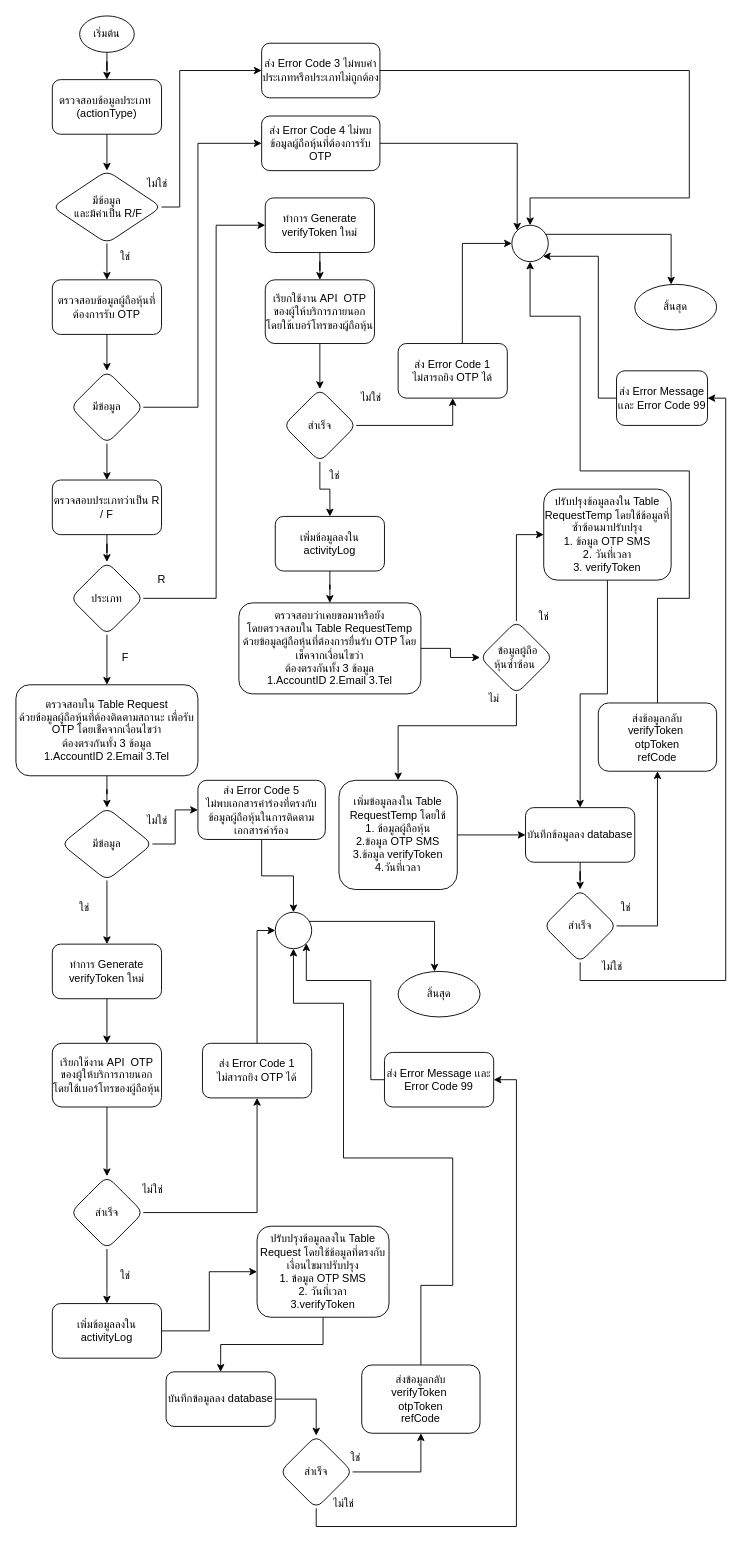
charifrodmanee/charifrodmanee keeps this draw.io diagram as RequestOTPByEmail.drawio. Above is the earlier version. Source tidied: cells renumbered, new cells numbered last; positions are measured from the earlier drawing's top-left corner, leaving out a move shared by most shapes. Both pictures are drawn from the tidied source at 91%, with x=0, y=0 at pixel (15, 15).
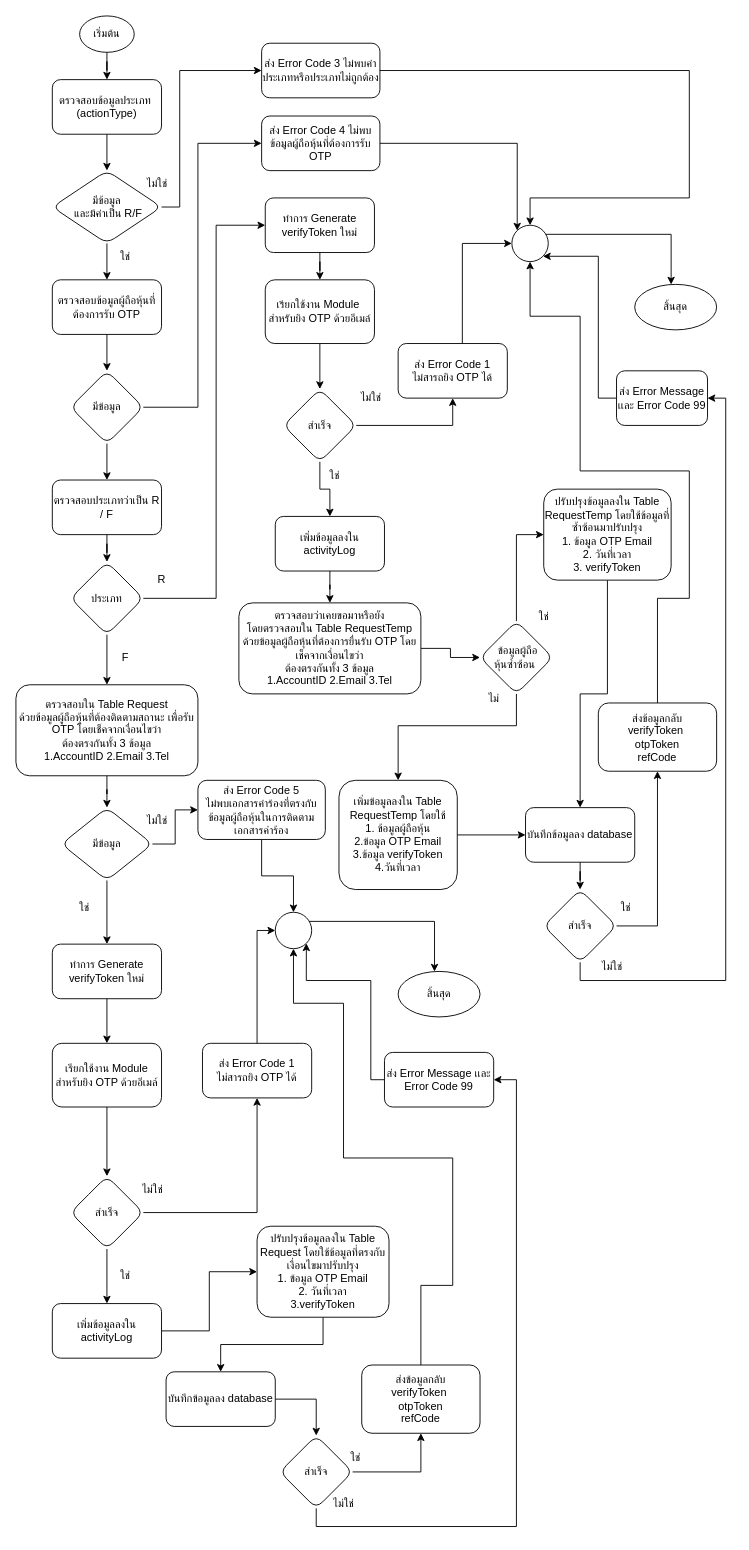
The same diagram, later.

The change refers to these unchanged cells:
```xml
<mxCell id="2" style="group;" parent="1" vertex="1">
  <mxGeometry width="770" height="1660" as="geometry" />
</mxCell>
<mxCell id="96" style="group;" parent="2" vertex="1">
  <mxGeometry x="274" y="200" width="120" height="160" as="geometry" />
</mxCell>
```

What changed in the source:
```diff
@@
-    <mxCell id="33" value="เพิ่มข้อมูลลงใน Table RequestTemp โดยใช้&lt;br&gt;1. ข้อมูลผู้ถือหุ้น &lt;br&gt;2.ข้อมูล OTP SMS&lt;br&gt;3.ข้อมูล verifyToken&lt;br&gt;4.วันที่เวลา" style="whiteSpace=wrap;html=1;rounded=1;" parent="2" vertex="1">
+    <mxCell id="33" value="เพิ่มข้อมูลลงใน Table RequestTemp โดยใช้&lt;br&gt;1. ข้อมูลผู้ถือหุ้น &lt;br&gt;2.ข้อมูล OTP Email&lt;br&gt;3.ข้อมูล verifyToken&lt;br&gt;4.วันที่เวลา" style="whiteSpace=wrap;html=1;rounded=1;" parent="2" vertex="1">
       <mxGeometry x="355" y="840" width="130" height="120" as="geometry" />
     </mxCell>
@@
-    <mxCell id="41" value="ปรับปรุงข้อมูลลงใน Table RequestTemp โดยใช้ข้อมูลที่ซ้ำซ้อนมาปรับปรุง&lt;br&gt;1. ข้อมูล OTP SMS&lt;br&gt;2. วันที่เวลา&lt;br&gt;3. verifyToken" style="whiteSpace=wrap;html=1;rounded=1;" parent="2" vertex="1">
+    <mxCell id="41" value="ปรับปรุงข้อมูลลงใน Table RequestTemp โดยใช้ข้อมูลที่ซ้ำซ้อนมาปรับปรุง&lt;br&gt;1. ข้อมูล OTP Email&lt;br&gt;2. วันที่เวลา&lt;br&gt;3. verifyToken" style="whiteSpace=wrap;html=1;rounded=1;" parent="2" vertex="1">
       <mxGeometry x="580" y="520" width="140" height="100" as="geometry" />
     </mxCell>
@@
-    <mxCell id="62" value="เรียกใช้งาน API&amp;nbsp; OTP ของผู้ให้บริการภายนอก โดยใช้เบอร์โทรของผู้ถือหุ้น" style="whiteSpace=wrap;html=1;rounded=1;" parent="2" vertex="1">
+    <mxCell id="62" value="เรียกใช้งาน Module สำหรับยิง OTP ด้วยอีเมล์" style="whiteSpace=wrap;html=1;rounded=1;" parent="2" vertex="1">
       <mxGeometry x="40" y="1129" width="120" height="70" as="geometry" />
     </mxCell>
@@
-    <mxCell id="76" value="ปรับปรุงข้อมูลลงใน Table Request โดยใช้ข้อมูลที่ตรงกับเงื่อนไขมาปรับปรุง&lt;br&gt;1. ข้อมูล OTP SMS&lt;br&gt;2. วันที่เวลา&lt;br&gt;3.verifyToken" style="whiteSpace=wrap;html=1;rounded=1;" parent="2" vertex="1">
+    <mxCell id="76" value="ปรับปรุงข้อมูลลงใน Table Request โดยใช้ข้อมูลที่ตรงกับเงื่อนไขมาปรับปรุง&lt;br&gt;1. ข้อมูล OTP Email&lt;br&gt;2. วันที่เวลา&lt;br&gt;3.verifyToken" style="whiteSpace=wrap;html=1;rounded=1;" parent="2" vertex="1">
       <mxGeometry x="265" y="1330" width="145" height="100" as="geometry" />
     </mxCell>
@@
-    <mxCell id="98" value="เรียกใช้งาน API&amp;nbsp; OTP ของผู้ให้บริการภายนอก โดยใช้เบอร์โทรของผู้ถือหุ้น" style="whiteSpace=wrap;html=1;rounded=1;" parent="96" vertex="1">
+    <mxCell id="98" value="เรียกใช้งาน Module&amp;nbsp; สำหรับยิง OTP ด้วยอีเมล์" style="whiteSpace=wrap;html=1;rounded=1;" parent="96" vertex="1">
       <mxGeometry y="90" width="120" height="70" as="geometry" />
     </mxCell>
```
